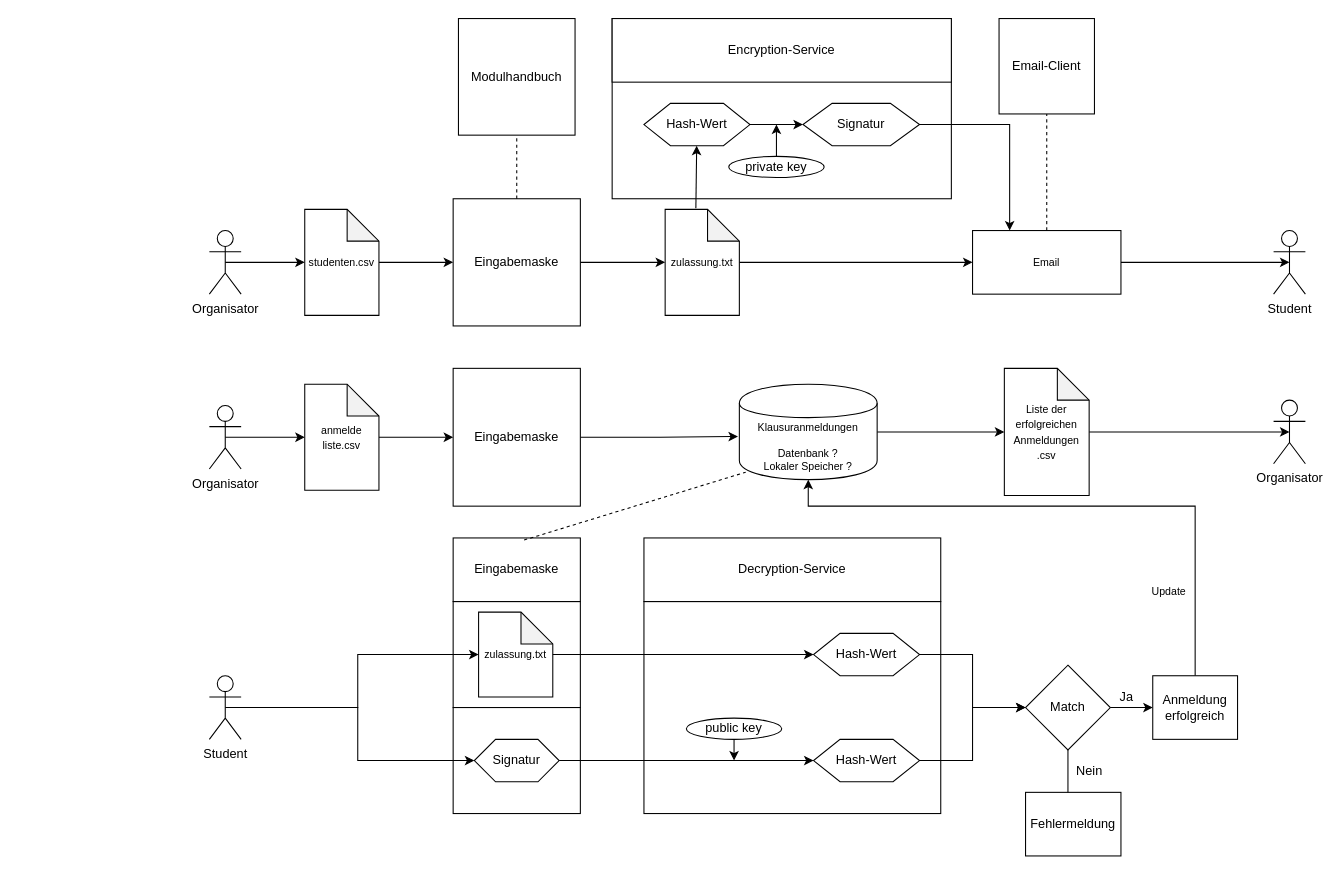
Above: dokumentation/images/process_flowchart_anmeldungen2.drawio in hhu-propra2-2019/abschlussprojekt-bits-please (draw.io), before the change. Source tidied: cells renumbered, new cells numbered last; positions are measured from the earlier drawing's top-left corner, leaving out a move shared by most shapes. Both pictures are drawn from the tidied source at 106%, with x=0, y=0 at pixel (209, 18).
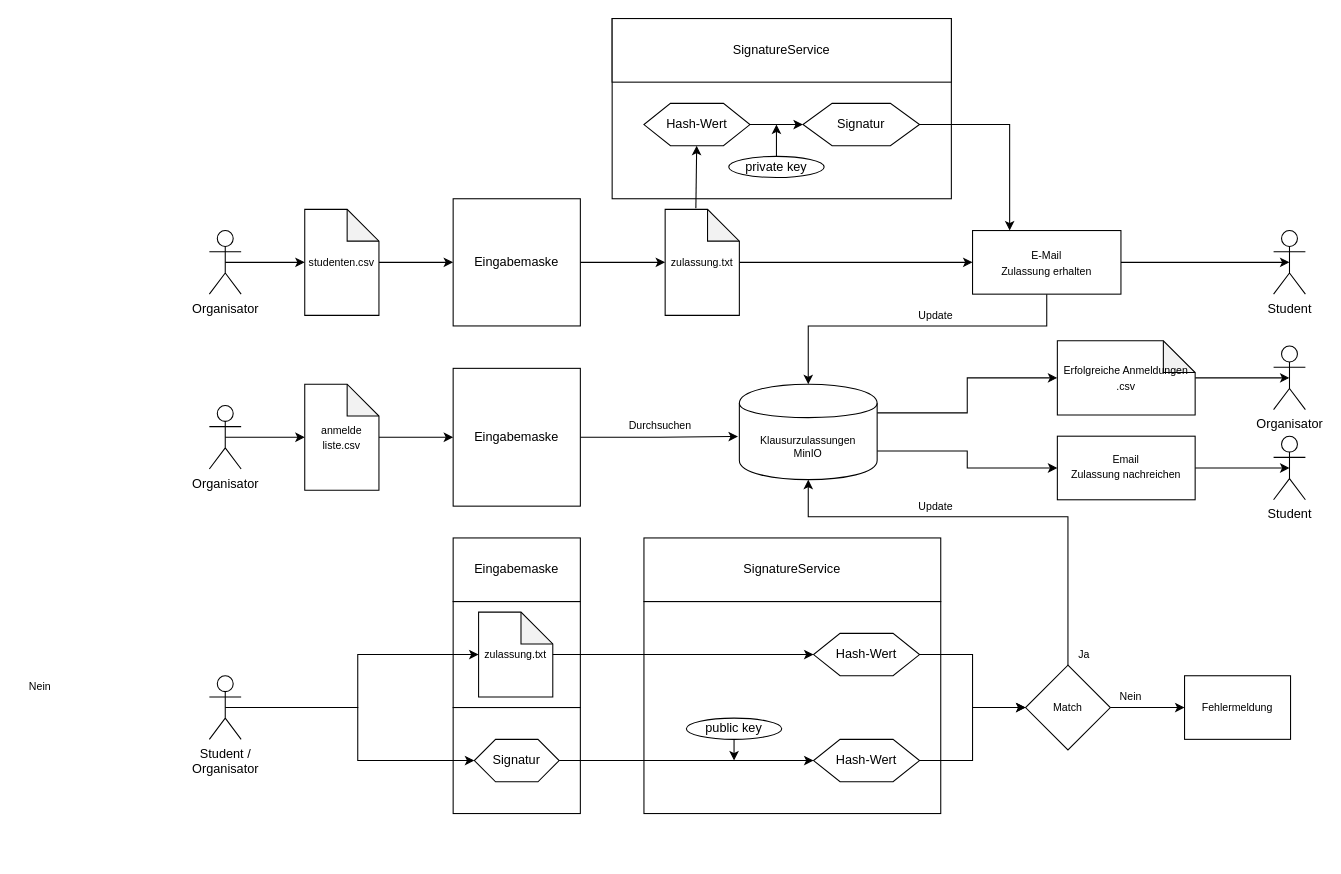
Above is the later version.

The change refers to these unchanged cells:
```xml
<mxCell id="11" value="&lt;div&gt;Eingabemaske&lt;/div&gt;" style="whiteSpace=wrap;html=1;" parent="1" vertex="1">
  <mxGeometry x="230" y="170" width="120" height="120" as="geometry" />
</mxCell>
<mxCell id="36" value="Eingabemaske" style="whiteSpace=wrap;html=1;" parent="1" vertex="1">
  <mxGeometry x="230" y="490" width="120" height="60" as="geometry" />
</mxCell>
```

What changed in the source:
```diff
@@
-    <mxCell id="14" style="endArrow=none;dashed=1;html=1;exitX=0.5;exitY=0;exitDx=0;exitDy=0;" parent="1" edge="1" source="11" target="15">
-      <mxGeometry relative="1" as="geometry" />
-    </mxCell>
-    <mxCell id="15" value="Modulhandbuch" style="whiteSpace=wrap;html=1;" parent="1" vertex="1">
-      <mxGeometry x="235" width="110" height="110" as="geometry" />
-    </mxCell>
-    <mxCell id="16" value="&lt;font style=&quot;font-size: 12px&quot;&gt;Email-Client&lt;/font&gt;" style="whiteSpace=wrap;html=1;" parent="1" vertex="1">
-      <mxGeometry x="745" width="90" height="90" as="geometry" />
-    </mxCell>
@@
+    <mxCell id="65" style="edgeStyle=orthogonalEdgeStyle;rounded=0;jettySize=auto;html=1;" parent="1" edge="1" source="18" target="59">
+      <mxGeometry relative="1" as="geometry">
+        <Array as="points">
+          <mxPoint x="790" y="290" />
+          <mxPoint x="565" y="290" />
+        </Array>
+      </mxGeometry>
+    </mxCell>
-    <mxCell id="18" value="&lt;font style=&quot;font-size: 10px&quot;&gt;Email&lt;/font&gt;" style="whiteSpace=wrap;html=1;" parent="1" vertex="1">
+    <mxCell id="18" value="&lt;div&gt;&lt;font style=&quot;font-size: 10px&quot;&gt;E-Mail&lt;/font&gt;&lt;/div&gt;&lt;div&gt;&lt;font style=&quot;font-size: 10px&quot;&gt;Zulassung erhalten&lt;br&gt;&lt;/font&gt;&lt;/div&gt;" style="whiteSpace=wrap;html=1;" parent="1" vertex="1">
       <mxGeometry x="720" y="200" width="140" height="60" as="geometry" />
     </mxCell>
-    <mxCell id="19" value="Encryption-Service" style="whiteSpace=wrap;html=1;" parent="1" vertex="1">
+    <mxCell id="19" value="SignatureService" style="whiteSpace=wrap;html=1;" parent="1" vertex="1">
       <mxGeometry x="380" width="320" height="60" as="geometry" />
     </mxCell>
@@
-    <mxCell id="25" style="endArrow=none;dashed=1;html=1;exitX=0.5;exitY=0;exitDx=0;exitDy=0;entryX=0.5;entryY=1;entryDx=0;entryDy=0;" parent="1" edge="1" source="18" target="16">
-      <mxGeometry relative="1" as="geometry" />
-    </mxCell>
@@
-    <mxCell id="32" value="Student" style="shape=umlActor;verticalLabelPosition=bottom;labelBackgroundColor=#ffffff;verticalAlign=top;html=1;outlineConnect=0;" parent="1" vertex="1">
+    <mxCell id="32" value="&lt;div&gt;Student / &lt;br&gt;&lt;/div&gt;&lt;div&gt;Organisator&lt;br&gt;&lt;/div&gt;" style="shape=umlActor;verticalLabelPosition=bottom;labelBackgroundColor=#ffffff;verticalAlign=top;html=1;outlineConnect=0;" parent="1" vertex="1">
       <mxGeometry y="620" width="30" height="60" as="geometry" />
     </mxCell>
@@
-    <mxCell id="37" value="Decryption-Service" style="whiteSpace=wrap;html=1;" parent="1" vertex="1">
+    <mxCell id="37" value="SignatureService" style="whiteSpace=wrap;html=1;" parent="1" vertex="1">
       <mxGeometry x="410" y="490" width="280" height="60" as="geometry" />
     </mxCell>
@@
-    <mxCell id="44" style="edgeStyle=orthogonalEdgeStyle;rounded=0;jettySize=auto;html=1;entryX=0;entryY=0.5;entryDx=0;entryDy=0;" parent="1" edge="1" source="46" target="51">
-      <mxGeometry relative="1" as="geometry" />
-    </mxCell>
-    <mxCell id="45" style="edgeStyle=orthogonalEdgeStyle;rounded=0;jettySize=auto;html=1;" parent="1" edge="1" source="46">
-      <mxGeometry relative="1" as="geometry">
-        <mxPoint x="810" y="770" as="targetPoint" />
-      </mxGeometry>
-    </mxCell>
+    <mxCell id="66" style="edgeStyle=orthogonalEdgeStyle;rounded=0;jettySize=auto;html=1;endArrow=classic;endFill=1;" parent="1" edge="1" source="46" target="49">
+      <mxGeometry relative="1" as="geometry" />
+    </mxCell>
-    <mxCell id="46" value="Match" style="rhombus;whiteSpace=wrap;html=1;" parent="1" vertex="1">
+    <mxCell id="46" value="&lt;font style=&quot;font-size: 10px&quot;&gt;Match&lt;/font&gt;" style="rhombus;whiteSpace=wrap;html=1;" parent="1" vertex="1">
       <mxGeometry x="770" y="610" width="80" height="80" as="geometry" />
     </mxCell>
-    <mxCell id="47" value="Ja" style="text;html=1;align=center;verticalAlign=middle;" parent="1" vertex="1">
-      <mxGeometry x="850" y="630" width="30" height="20" as="geometry" />
+    <mxCell id="47" value="&lt;font style=&quot;font-size: 10px&quot;&gt;Ja&lt;/font&gt;" style="text;html=1;align=center;verticalAlign=middle;" parent="1" vertex="1">
+      <mxGeometry x="810" y="590" width="30" height="20" as="geometry" />
     </mxCell>
-    <mxCell id="48" value="Nein" style="text;html=1;align=center;verticalAlign=middle;" parent="1" vertex="1">
-      <mxGeometry x="810" y="700" width="40" height="20" as="geometry" />
+    <mxCell id="48" value="&lt;font style=&quot;font-size: 10px&quot;&gt;Nein&lt;/font&gt;" style="text;html=1;align=center;verticalAlign=middle;" parent="1" vertex="1">
+      <mxGeometry x="-180" y="620" width="40" height="20" as="geometry" />
     </mxCell>
-    <mxCell id="49" value="Fehlermeldung" style="whiteSpace=wrap;html=1;" parent="1" vertex="1">
-      <mxGeometry x="770" y="730" width="90" height="60" as="geometry" />
+    <mxCell id="49" value="&lt;font style=&quot;font-size: 10px&quot;&gt;Fehlermeldung&lt;/font&gt;" style="whiteSpace=wrap;html=1;" parent="1" vertex="1">
+      <mxGeometry x="920" y="620" width="100" height="60" as="geometry" />
     </mxCell>
-    <mxCell id="50" style="edgeStyle=orthogonalEdgeStyle;rounded=0;jettySize=auto;html=1;entryX=0.5;entryY=1;entryDx=0;entryDy=0;exitX=0.5;exitY=0;exitDx=0;exitDy=0;" parent="1" edge="1" source="51" target="59">
+    <mxCell id="50" style="edgeStyle=orthogonalEdgeStyle;rounded=0;jettySize=auto;html=1;entryX=0.5;entryY=1;entryDx=0;entryDy=0;exitX=0.5;exitY=0;exitDx=0;exitDy=0;" parent="1" edge="1" source="46" target="59">
       <mxGeometry relative="1" as="geometry">
         <Array as="points">
-          <mxPoint x="930" y="460" />
-          <mxPoint x="565" y="460" />
+          <mxPoint x="810" y="470" />
+          <mxPoint x="565" y="470" />
         </Array>
       </mxGeometry>
     </mxCell>
-    <mxCell id="51" value="Anmeldung erfolgreich" style="whiteSpace=wrap;html=1;" parent="1" vertex="1">
-      <mxGeometry x="890" y="620" width="80" height="60" as="geometry" />
-    </mxCell>
@@
-    <mxCell id="58" style="edgeStyle=orthogonalEdgeStyle;rounded=0;jettySize=auto;html=1;entryX=0;entryY=0.5;entryDx=0;entryDy=0;entryPerimeter=0;" parent="1" edge="1" source="59" target="63">
+    <mxCell id="58" style="edgeStyle=orthogonalEdgeStyle;rounded=0;jettySize=auto;html=1;entryX=0;entryY=0.5;entryDx=0;entryDy=0;entryPerimeter=0;exitX=1;exitY=0.3;exitDx=0;exitDy=0;" parent="1" edge="1" source="59" target="63">
       <mxGeometry relative="1" as="geometry" />
     </mxCell>
+    <mxCell id="67" style="edgeStyle=orthogonalEdgeStyle;rounded=0;jettySize=auto;html=1;entryX=0;entryY=0.5;entryDx=0;entryDy=0;exitX=1;exitY=0.7;exitDx=0;exitDy=0;" parent="1" edge="1" source="59" target="72">
+      <mxGeometry relative="1" as="geometry" />
+    </mxCell>
-    <mxCell id="59" value="&lt;div style=&quot;font-size: 10px&quot;&gt;&lt;font style=&quot;font-size: 10px&quot;&gt;Klausuranmeldungen&lt;/font&gt;&lt;/div&gt;&lt;div style=&quot;font-size: 10px&quot;&gt;&lt;font style=&quot;font-size: 10px&quot;&gt;&lt;br&gt;&lt;/font&gt;&lt;/div&gt;&lt;div style=&quot;font-size: 10px&quot;&gt;&lt;font style=&quot;font-size: 10px&quot;&gt;Datenbank ?&lt;/font&gt;&lt;/div&gt;&lt;div style=&quot;font-size: 10px&quot;&gt;&lt;font style=&quot;font-size: 10px&quot;&gt;Lokaler Speicher ?&lt;br&gt;&lt;/font&gt;&lt;/div&gt;" style="shape=cylinder;whiteSpace=wrap;html=1;boundedLbl=1;backgroundOutline=1;" parent="1" vertex="1">
+    <mxCell id="59" value="&lt;div style=&quot;font-size: 10px&quot;&gt;&lt;font style=&quot;font-size: 10px&quot;&gt;Klausurzulassungen&lt;/font&gt;&lt;/div&gt;&lt;div style=&quot;font-size: 10px&quot;&gt;&lt;font style=&quot;font-size: 10px&quot;&gt;MinIO&lt;br&gt;&lt;/font&gt;&lt;/div&gt;" style="shape=cylinder;whiteSpace=wrap;html=1;boundedLbl=1;backgroundOutline=1;" parent="1" vertex="1">
       <mxGeometry x="500" y="345" width="130" height="90" as="geometry" />
     </mxCell>
-    <mxCell id="60" style="endArrow=none;dashed=1;html=1;exitX=0.558;exitY=0.033;exitDx=0;exitDy=0;exitPerimeter=0;entryX=0.046;entryY=0.922;entryDx=0;entryDy=0;entryPerimeter=0;" parent="1" edge="1" source="36" target="59">
-      <mxGeometry relative="1" as="geometry" />
-    </mxCell>
     <mxCell id="61" value="Organisator" style="shape=umlActor;verticalLabelPosition=bottom;labelBackgroundColor=#ffffff;verticalAlign=top;html=1;outlineConnect=0;" parent="1" vertex="1">
-      <mxGeometry x="1004" y="360" width="30" height="60" as="geometry" />
+      <mxGeometry x="1004" y="309" width="30" height="60" as="geometry" />
     </mxCell>
@@
-    <mxCell id="63" value="&lt;div&gt;&lt;font style=&quot;font-size: 10px&quot;&gt;Liste der erfolgreichen Anmeldungen&lt;/font&gt;&lt;/div&gt;&lt;div&gt;&lt;font style=&quot;font-size: 10px&quot;&gt;.csv&lt;br&gt;&lt;/font&gt;&lt;/div&gt;" style="shape=note;whiteSpace=wrap;html=1;backgroundOutline=1;darkOpacity=0.05;" parent="1" vertex="1">
-      <mxGeometry x="750" y="330" width="80" height="120" as="geometry" />
+    <mxCell id="63" value="&lt;div&gt;&lt;font style=&quot;font-size: 10px&quot;&gt;Erfolgreiche Anmeldungen&lt;/font&gt;&lt;/div&gt;&lt;div&gt;&lt;font style=&quot;font-size: 10px&quot;&gt;.csv&lt;br&gt;&lt;/font&gt;&lt;/div&gt;" style="shape=note;whiteSpace=wrap;html=1;backgroundOutline=1;darkOpacity=0.05;" parent="1" vertex="1">
+      <mxGeometry x="800" y="304" width="130" height="70" as="geometry" />
     </mxCell>
     <mxCell id="64" value="&lt;div style=&quot;font-size: 10px&quot;&gt;&lt;font style=&quot;font-size: 10px&quot;&gt;Update&lt;/font&gt;&lt;/div&gt;" style="text;html=1;align=center;verticalAlign=middle;" parent="1" vertex="1">
-      <mxGeometry x="880" y="530" width="50" height="20" as="geometry" />
+      <mxGeometry x="660" y="450" width="50" height="20" as="geometry" />
     </mxCell>
+    <mxCell id="68" value="&lt;div style=&quot;font-size: 10px&quot;&gt;&lt;font style=&quot;font-size: 10px&quot;&gt;Update&lt;/font&gt;&lt;/div&gt;" style="text;html=1;align=center;verticalAlign=middle;" parent="1" vertex="1">
+      <mxGeometry x="660" y="270" width="50" height="20" as="geometry" />
+    </mxCell>
+    <mxCell id="69" value="&lt;font style=&quot;font-size: 10px&quot;&gt;Durchsuchen&lt;/font&gt;" style="text;html=1;align=center;verticalAlign=middle;" parent="1" vertex="1">
+      <mxGeometry x="385" y="374" width="80" height="20" as="geometry" />
+    </mxCell>
+    <mxCell id="70" value="&lt;font style=&quot;font-size: 12px&quot;&gt;Student&lt;/font&gt;" style="shape=umlActor;verticalLabelPosition=bottom;labelBackgroundColor=#ffffff;verticalAlign=top;html=1;outlineConnect=0;" parent="1" vertex="1">
+      <mxGeometry x="1004" y="394" width="30" height="60" as="geometry" />
+    </mxCell>
+    <mxCell id="71" style="edgeStyle=orthogonalEdgeStyle;rounded=0;jettySize=auto;html=1;entryX=0.5;entryY=0.5;entryDx=0;entryDy=0;entryPerimeter=0;" parent="1" edge="1" source="72" target="70">
+      <mxGeometry relative="1" as="geometry" />
+    </mxCell>
+    <mxCell id="72" value="&lt;div style=&quot;font-size: 10px&quot;&gt;&lt;font style=&quot;font-size: 10px&quot;&gt;Email&lt;/font&gt;&lt;/div&gt;&lt;font style=&quot;font-size: 10px&quot;&gt;Zulassung nachreichen&lt;/font&gt;" style="whiteSpace=wrap;html=1;" parent="1" vertex="1">
+      <mxGeometry x="800" y="394" width="130" height="60" as="geometry" />
+    </mxCell>
+    <mxCell id="73" value="&lt;font style=&quot;font-size: 10px&quot;&gt;Nein&lt;/font&gt;" style="text;html=1;align=center;verticalAlign=middle;" parent="1" vertex="1">
+      <mxGeometry x="849" y="629" width="40" height="20" as="geometry" />
+    </mxCell>
```
